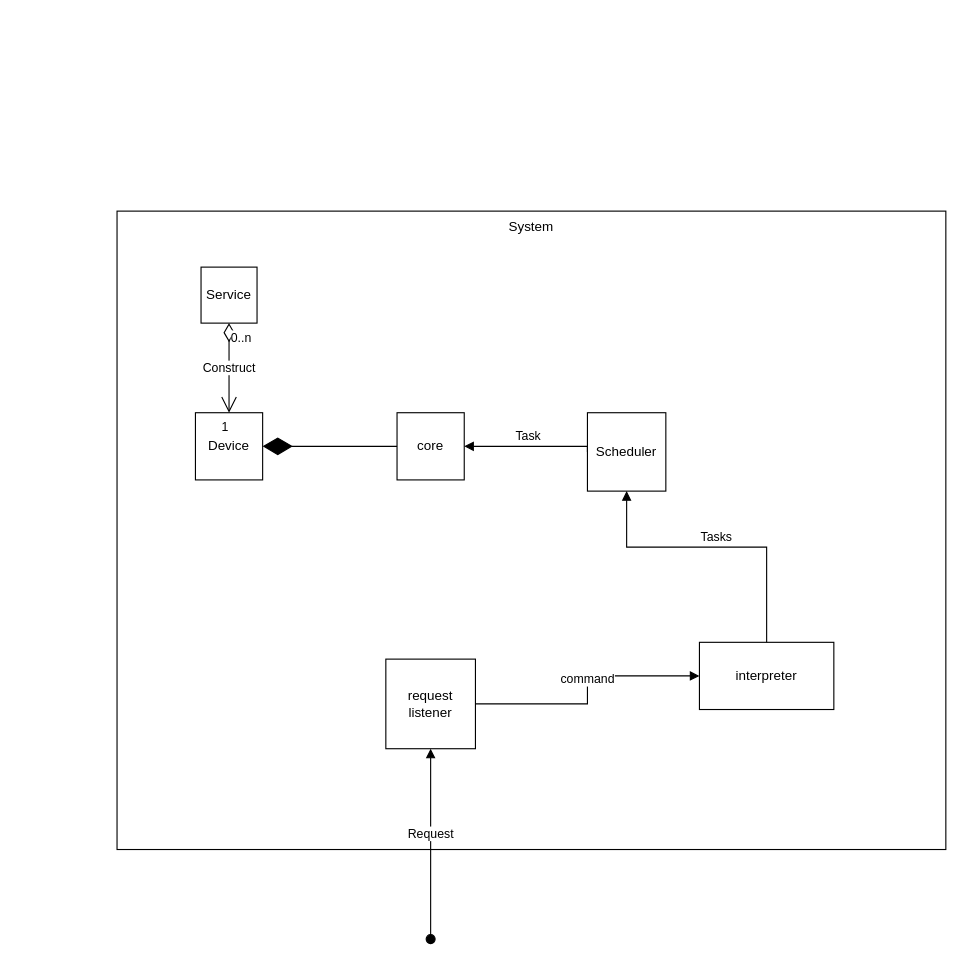
Earlier version of the draw.io diagram Untitled Diagram.drawio (hkjj293/lw-gp-iot). Source tidied: cells renumbered, new cells numbered last; positions are measured from the earlier drawing's top-left corner, leaving out a move shared by most shapes. Both pictures are drawn from the tidied source at 112%, with x=0, y=0 at pixel (60, 211).
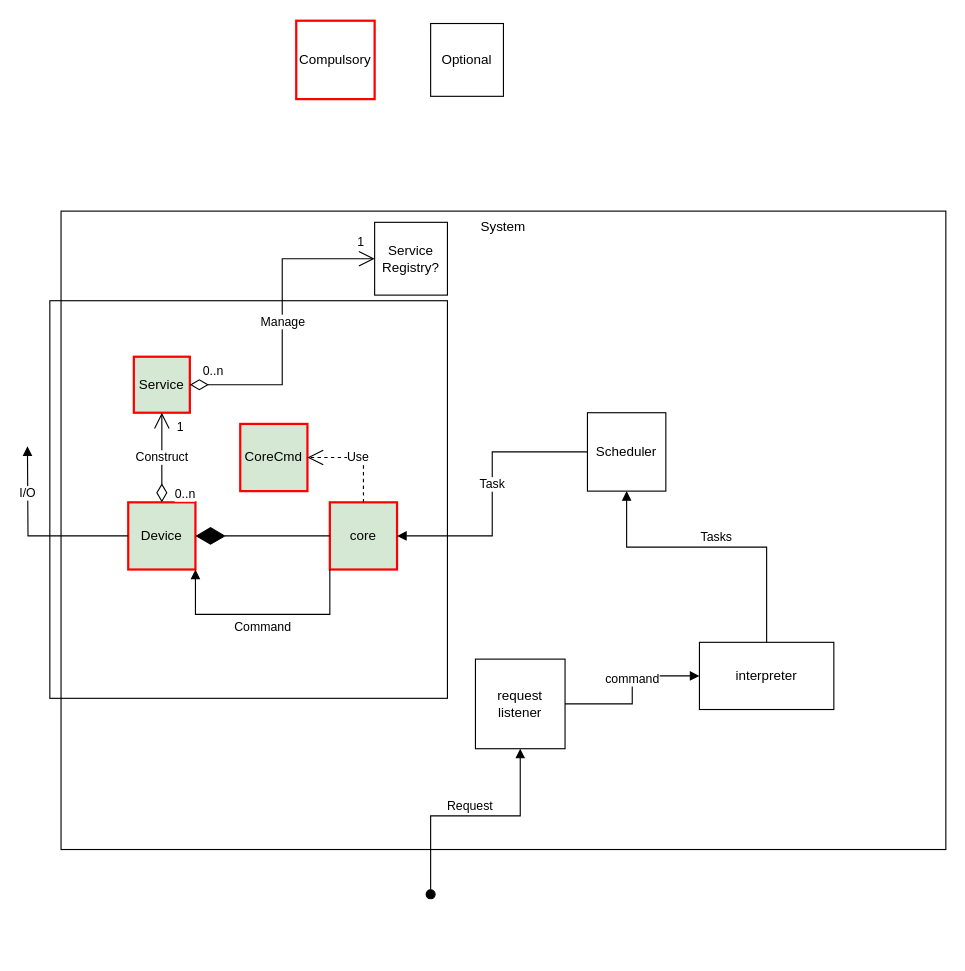
The same diagram, later.

The change refers to these unchanged cells:
```xml
<mxCell id="2" style="group;verticalAlign=top;fillColor=none;" parent="1" vertex="1">
  <mxGeometry width="790" height="570" as="geometry" />
</mxCell>
<mxCell id="11" value="Scheduler" style="whiteSpace=wrap;html=1;" parent="2" vertex="1">
  <mxGeometry x="470" y="180" width="70" height="70" as="geometry" />
</mxCell>
```

Diff of the diagram source:
```diff
@@
+    <mxCell id="18" style="whiteSpace=wrap;html=1;fillColor=none;" parent="2" vertex="1">
+      <mxGeometry x="-10" y="80" width="355" height="355" as="geometry" />
+    </mxCell>
     <mxCell id="3" value="System" style="rounded=0;whiteSpace=wrap;html=1;verticalAlign=top;fillColor=none;" parent="2" vertex="1">
-      <mxGeometry x="50" width="740" height="570" as="geometry" />
+      <mxGeometry width="790" height="570" as="geometry" />
     </mxCell>
-    <mxCell id="4" value="Device" style="whiteSpace=wrap;html=1;" parent="2" vertex="1">
-      <mxGeometry x="120" y="180" width="60" height="60" as="geometry" />
+    <mxCell id="4" value="Device" style="whiteSpace=wrap;html=1;fillColor=#d5e8d4;strokeColor=#FF0000;strokeWidth=2;" parent="2" vertex="1">
+      <mxGeometry x="60" y="260" width="60" height="60" as="geometry" />
     </mxCell>
-    <mxCell id="5" value="Service" style="whiteSpace=wrap;html=1;" parent="2" vertex="1">
-      <mxGeometry x="125" y="50" width="50" height="50" as="geometry" />
+    <mxCell id="5" value="Service" style="whiteSpace=wrap;html=1;fillColor=#d5e8d4;strokeColor=#FF0000;strokeWidth=2;" parent="2" vertex="1">
+      <mxGeometry x="65" y="130" width="50" height="50" as="geometry" />
     </mxCell>
-    <mxCell id="6" value="core" style="whiteSpace=wrap;html=1;" parent="2" vertex="1">
-      <mxGeometry x="300" y="180" width="60" height="60" as="geometry" />
+    <mxCell id="6" value="core" style="whiteSpace=wrap;html=1;fillColor=#d5e8d4;strokeColor=#FF0000;strokeWidth=2;" parent="2" vertex="1">
+      <mxGeometry x="240" y="260" width="60" height="60" as="geometry" />
     </mxCell>
@@
-    <mxCell id="8" value="Construct" style="endArrow=open;html=1;endSize=12;startArrow=diamondThin;startSize=14;startFill=0;edgeStyle=orthogonalEdgeStyle;rounded=0;exitX=0.5;exitY=1;exitDx=0;exitDy=0;entryX=0.5;entryY=0;entryDx=0;entryDy=0;" parent="2" edge="1" source="5" target="4">
+    <mxCell id="8" value="Construct" style="endArrow=open;html=1;endSize=12;startArrow=diamondThin;startSize=14;startFill=0;edgeStyle=orthogonalEdgeStyle;rounded=0;exitX=0.5;exitY=0;exitDx=0;exitDy=0;entryX=0.5;entryY=1;entryDx=0;entryDy=0;" parent="2" edge="1" source="4" target="5">
       <mxGeometry relative="1" as="geometry" />
     </mxCell>
     <mxCell id="9" value="0..n" style="edgeLabel;html=1;align=left;verticalAlign=top;" parent="8" vertex="1">
-      <mxGeometry x="-1" relative="1" as="geometry" />
+      <mxGeometry x="-1" relative="1" as="geometry">
+        <mxPoint x="10" y="-20" as="offset" />
+      </mxGeometry>
     </mxCell>
     <mxCell id="10" value="1" style="edgeLabel;html=1;align=right;verticalAlign=top;" parent="8" vertex="1">
-      <mxGeometry x="1" relative="1" as="geometry" />
+      <mxGeometry x="1" relative="1" as="geometry">
+        <mxPoint x="20" as="offset" />
+      </mxGeometry>
     </mxCell>
@@
     <mxCell id="12" value="request listener" style="whiteSpace=wrap;html=1;" parent="2" vertex="1">
-      <mxGeometry x="290" y="400" width="80" height="80" as="geometry" />
+      <mxGeometry x="370" y="400" width="80" height="80" as="geometry" />
     </mxCell>
@@
-    <mxCell id="16" value="Task" style="html=1;verticalAlign=bottom;endArrow=block;edgeStyle=elbowEdgeStyle;elbow=vertical;curved=0;rounded=0;exitX=0;exitY=0.5;exitDx=0;exitDy=0;entryX=1;entryY=0.5;entryDx=0;entryDy=0;" parent="2" edge="1" source="11" target="6">
-      <mxGeometry relative="1" as="geometry">
-        <Array as="points">
-          <mxPoint x="420" y="210" />
-        </Array>
-      </mxGeometry>
+    <mxCell id="16" value="Task" style="html=1;verticalAlign=bottom;endArrow=block;edgeStyle=orthogonalEdgeStyle;elbow=vertical;rounded=0;exitX=0;exitY=0.5;exitDx=0;exitDy=0;entryX=1;entryY=0.5;entryDx=0;entryDy=0;" parent="2" edge="1" source="11" target="6">
+      <mxGeometry relative="1" as="geometry" />
     </mxCell>
+    <mxCell id="19" value="CoreCmd" style="whiteSpace=wrap;html=1;fillColor=#d5e8d4;strokeColor=#FF0000;strokeWidth=2;" parent="2" vertex="1">
+      <mxGeometry x="160" y="190" width="60" height="60" as="geometry" />
+    </mxCell>
+    <mxCell id="20" value="Service Registry?" style="whiteSpace=wrap;html=1;" parent="2" vertex="1">
+      <mxGeometry x="280" y="10" width="65" height="65" as="geometry" />
+    </mxCell>
+    <mxCell id="21" value="Manage" style="endArrow=open;html=1;endSize=12;startArrow=diamondThin;startSize=14;startFill=0;edgeStyle=orthogonalEdgeStyle;rounded=0;exitX=1;exitY=0.5;exitDx=0;exitDy=0;entryX=0;entryY=0.5;entryDx=0;entryDy=0;" parent="2" edge="1" source="5" target="20">
+      <mxGeometry relative="1" as="geometry" />
+    </mxCell>
+    <mxCell id="22" value="0..n" style="edgeLabel;html=1;align=left;verticalAlign=top;" parent="21" vertex="1">
+      <mxGeometry x="-1" relative="1" as="geometry">
+        <mxPoint x="10" y="-25" as="offset" />
+      </mxGeometry>
+    </mxCell>
+    <mxCell id="23" value="1" style="edgeLabel;html=1;align=right;verticalAlign=top;" parent="21" vertex="1">
+      <mxGeometry x="1" relative="1" as="geometry">
+        <mxPoint x="-10" y="-28" as="offset" />
+      </mxGeometry>
+    </mxCell>
+    <mxCell id="24" value="Command" style="html=1;verticalAlign=bottom;endArrow=block;edgeStyle=elbowEdgeStyle;elbow=vertical;curved=0;rounded=0;exitX=0;exitY=1;exitDx=0;exitDy=0;entryX=1;entryY=1;entryDx=0;entryDy=0;" parent="2" edge="1" source="6" target="4">
+      <mxGeometry y="20" relative="1" as="geometry">
+        <Array as="points">
+          <mxPoint x="125" y="360" />
+        </Array>
+      </mxGeometry>
+    </mxCell>
+    <mxCell id="25" value="Use" style="endArrow=open;endSize=12;dashed=1;html=1;rounded=0;exitX=0.5;exitY=0;exitDx=0;exitDy=0;entryX=1;entryY=0.5;entryDx=0;entryDy=0;edgeStyle=orthogonalEdgeStyle;" parent="2" edge="1" source="6" target="19">
+      <mxGeometry relative="1" as="geometry" />
+    </mxCell>
     <mxCell id="17" value="Request" style="html=1;verticalAlign=bottom;startArrow=oval;startFill=1;endArrow=block;startSize=8;edgeStyle=elbowEdgeStyle;elbow=vertical;curved=0;rounded=0;entryX=0.5;entryY=1;entryDx=0;entryDy=0;" parent="1" edge="1" target="12">
       <mxGeometry relative="1" as="geometry">
-        <mxPoint x="330" y="650" as="sourcePoint" />
+        <mxPoint x="330" y="610" as="sourcePoint" />
         <Array as="points">
-          <mxPoint x="340" y="590" />
+          <mxPoint x="370" y="540" />
         </Array>
       </mxGeometry>
     </mxCell>
+    <mxCell id="26" value="I/O" style="html=1;verticalAlign=bottom;endArrow=block;edgeStyle=orthogonalEdgeStyle;elbow=vertical;rounded=0;exitX=0;exitY=0.5;exitDx=0;exitDy=0;" parent="1" edge="1" source="4">
+      <mxGeometry x="0.4" relative="1" as="geometry">
+        <mxPoint x="-30" y="210" as="targetPoint" />
+      </mxGeometry>
+    </mxCell>
+    <mxCell id="27" value="Compulsory" style="whiteSpace=wrap;html=1;fillColor=none;strokeColor=#FF0000;strokeWidth=2;" parent="1" vertex="1">
+      <mxGeometry x="210" y="-170" width="70" height="70" as="geometry" />
+    </mxCell>
+    <mxCell id="28" value="Optional" style="whiteSpace=wrap;html=1;fillColor=none;" parent="1" vertex="1">
+      <mxGeometry x="330" y="-167.5" width="65" height="65" as="geometry" />
+    </mxCell>
```
